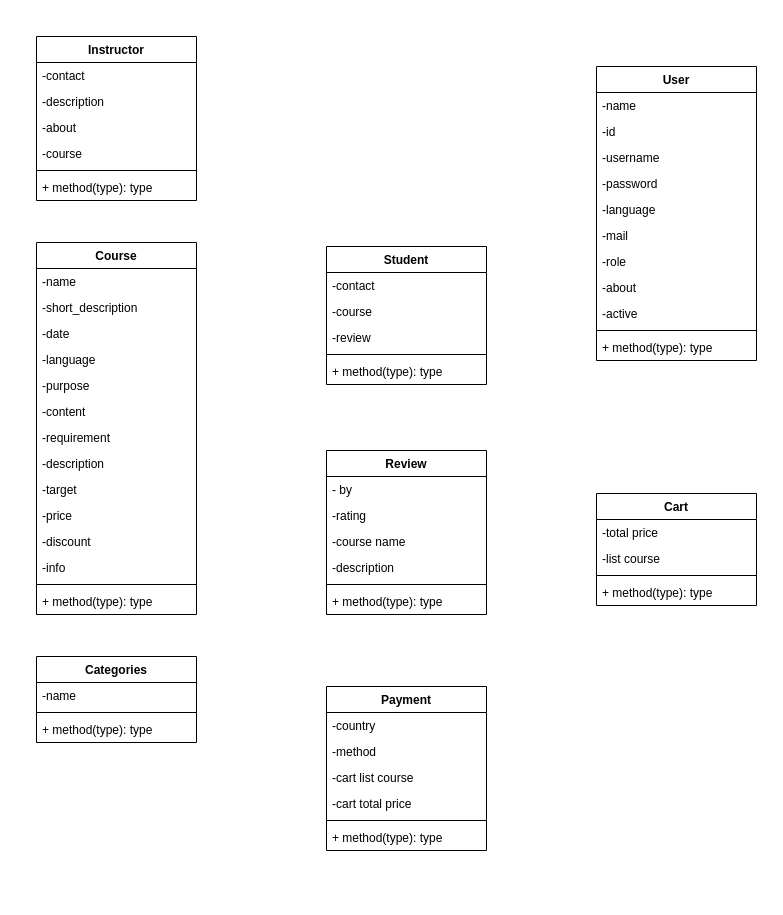
Above: class.drawio in pratanporn13promax/OOP-Class-Sequence-UseCase-Diagram (draw.io), before the change. Source tidied: cells renumbered, new cells numbered last; positions are measured from the earlier drawing's top-left corner, leaving out a move shared by most shapes. Both pictures are drawn from the tidied source at 100%, with x=0, y=0 at pixel (36, 36).
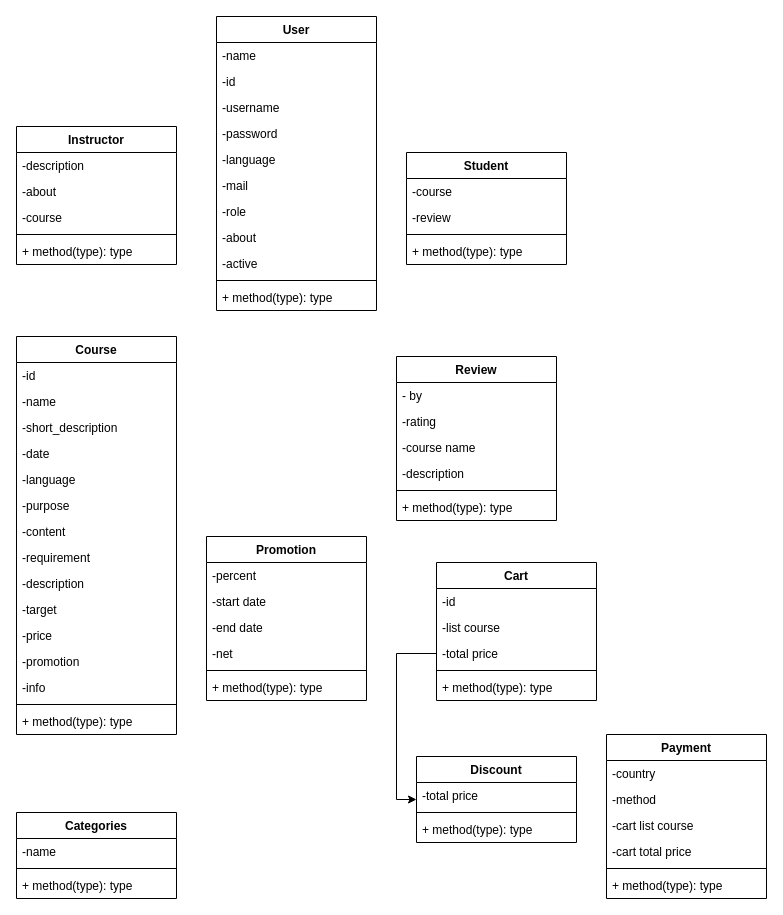
The same diagram, later.

Change to the diagram source:
```diff
@@
     <mxCell id="2" value="Course" style="swimlane;fontStyle=1;align=center;verticalAlign=top;horizontal=1;startSize=26;" parent="1" vertex="1">
-      <mxGeometry y="206" width="160" height="372" as="geometry" />
+      <mxGeometry x="-20" y="300" width="160" height="398" as="geometry" />
     </mxCell>
+    <mxCell id="65" value="-id" style="text;strokeColor=none;fillColor=none;align=left;verticalAlign=top;spacingLeft=4;spacingRight=4;overflow=hidden;" parent="2" vertex="1">
+      <mxGeometry y="26" width="160" height="26" as="geometry" />
+    </mxCell>
     <mxCell id="3" value="-name&#10;" style="text;strokeColor=none;fillColor=none;align=left;verticalAlign=top;spacingLeft=4;spacingRight=4;overflow=hidden;" parent="2" vertex="1">
-      <mxGeometry y="26" width="160" height="26" as="geometry" />
+      <mxGeometry y="52" width="160" height="26" as="geometry" />
     </mxCell>
     <mxCell id="4" value="-short_description" style="text;strokeColor=none;fillColor=none;align=left;verticalAlign=top;spacingLeft=4;spacingRight=4;overflow=hidden;" parent="2" vertex="1">
-      <mxGeometry y="52" width="160" height="26" as="geometry" />
+      <mxGeometry y="78" width="160" height="26" as="geometry" />
     </mxCell>
     <mxCell id="5" value="-date" style="text;strokeColor=none;fillColor=none;align=left;verticalAlign=top;spacingLeft=4;spacingRight=4;overflow=hidden;" parent="2" vertex="1">
-      <mxGeometry y="78" width="160" height="26" as="geometry" />
+      <mxGeometry y="104" width="160" height="26" as="geometry" />
     </mxCell>
     <mxCell id="6" value="-language" style="text;strokeColor=none;fillColor=none;align=left;verticalAlign=top;spacingLeft=4;spacingRight=4;overflow=hidden;" parent="2" vertex="1">
-      <mxGeometry y="104" width="160" height="26" as="geometry" />
+      <mxGeometry y="130" width="160" height="26" as="geometry" />
     </mxCell>
     <mxCell id="7" value="-purpose" style="text;strokeColor=none;fillColor=none;align=left;verticalAlign=top;spacingLeft=4;spacingRight=4;overflow=hidden;" parent="2" vertex="1">
-      <mxGeometry y="130" width="160" height="26" as="geometry" />
+      <mxGeometry y="156" width="160" height="26" as="geometry" />
     </mxCell>
     <mxCell id="8" value="-content" style="text;strokeColor=none;fillColor=none;align=left;verticalAlign=top;spacingLeft=4;spacingRight=4;overflow=hidden;" parent="2" vertex="1">
-      <mxGeometry y="156" width="160" height="26" as="geometry" />
+      <mxGeometry y="182" width="160" height="26" as="geometry" />
     </mxCell>
     <mxCell id="9" value="-requirement" style="text;strokeColor=none;fillColor=none;align=left;verticalAlign=top;spacingLeft=4;spacingRight=4;overflow=hidden;" parent="2" vertex="1">
-      <mxGeometry y="182" width="160" height="26" as="geometry" />
+      <mxGeometry y="208" width="160" height="26" as="geometry" />
     </mxCell>
     <mxCell id="10" value="-description" style="text;strokeColor=none;fillColor=none;align=left;verticalAlign=top;spacingLeft=4;spacingRight=4;overflow=hidden;" parent="2" vertex="1">
-      <mxGeometry y="208" width="160" height="26" as="geometry" />
+      <mxGeometry y="234" width="160" height="26" as="geometry" />
     </mxCell>
     <mxCell id="11" value="-target" style="text;strokeColor=none;fillColor=none;align=left;verticalAlign=top;spacingLeft=4;spacingRight=4;overflow=hidden;" parent="2" vertex="1">
-      <mxGeometry y="234" width="160" height="26" as="geometry" />
+      <mxGeometry y="260" width="160" height="26" as="geometry" />
     </mxCell>
     <mxCell id="12" value="-price" style="text;strokeColor=none;fillColor=none;align=left;verticalAlign=top;spacingLeft=4;spacingRight=4;overflow=hidden;" parent="2" vertex="1">
-      <mxGeometry y="260" width="160" height="26" as="geometry" />
+      <mxGeometry y="286" width="160" height="26" as="geometry" />
     </mxCell>
-    <mxCell id="13" value="-discount" style="text;strokeColor=none;fillColor=none;align=left;verticalAlign=top;spacingLeft=4;spacingRight=4;overflow=hidden;" parent="2" vertex="1">
-      <mxGeometry y="286" width="160" height="26" as="geometry" />
-    </mxCell>
+    <mxCell id="66" value="-promotion" style="text;strokeColor=none;fillColor=none;align=left;verticalAlign=top;spacingLeft=4;spacingRight=4;overflow=hidden;" parent="2" vertex="1">
+      <mxGeometry y="312" width="160" height="26" as="geometry" />
+    </mxCell>
     <mxCell id="14" value="-info" style="text;strokeColor=none;fillColor=none;align=left;verticalAlign=top;spacingLeft=4;spacingRight=4;overflow=hidden;" parent="2" vertex="1">
-      <mxGeometry y="312" width="160" height="26" as="geometry" />
+      <mxGeometry y="338" width="160" height="26" as="geometry" />
     </mxCell>
     <mxCell id="15" style="line;strokeWidth=1;fillColor=none;align=left;verticalAlign=middle;spacingTop=-1;spacingLeft=3;spacingRight=3;labelPosition=right;strokeColor=inherit;" parent="2" vertex="1">
-      <mxGeometry y="338" width="160" height="8" as="geometry" />
+      <mxGeometry y="364" width="160" height="8" as="geometry" />
     </mxCell>
     <mxCell id="16" value="+ method(type): type" style="text;strokeColor=none;fillColor=none;align=left;verticalAlign=top;spacingLeft=4;spacingRight=4;overflow=hidden;" parent="2" vertex="1">
-      <mxGeometry y="346" width="160" height="26" as="geometry" />
+      <mxGeometry y="372" width="160" height="26" as="geometry" />
     </mxCell>
     <mxCell id="17" value="Instructor" style="swimlane;fontStyle=1;align=center;verticalAlign=top;horizontal=1;startSize=26;" parent="1" vertex="1">
-      <mxGeometry width="160" height="164" as="geometry" />
+      <mxGeometry x="-20" y="90" width="160" height="138" as="geometry" />
     </mxCell>
-    <mxCell id="18" value="-contact" style="text;strokeColor=none;fillColor=none;align=left;verticalAlign=top;spacingLeft=4;spacingRight=4;overflow=hidden;" parent="17" vertex="1">
-      <mxGeometry y="26" width="160" height="26" as="geometry" />
-    </mxCell>
     <mxCell id="19" value="-description" style="text;strokeColor=none;fillColor=none;align=left;verticalAlign=top;spacingLeft=4;spacingRight=4;overflow=hidden;" parent="17" vertex="1">
-      <mxGeometry y="52" width="160" height="26" as="geometry" />
+      <mxGeometry y="26" width="160" height="26" as="geometry" />
     </mxCell>
     <mxCell id="20" value="-about" style="text;strokeColor=none;fillColor=none;align=left;verticalAlign=top;spacingLeft=4;spacingRight=4;overflow=hidden;" parent="17" vertex="1">
-      <mxGeometry y="78" width="160" height="26" as="geometry" />
+      <mxGeometry y="52" width="160" height="26" as="geometry" />
     </mxCell>
     <mxCell id="21" value="-course" style="text;strokeColor=none;fillColor=none;align=left;verticalAlign=top;spacingLeft=4;spacingRight=4;overflow=hidden;" parent="17" vertex="1">
-      <mxGeometry y="104" width="160" height="26" as="geometry" />
+      <mxGeometry y="78" width="160" height="26" as="geometry" />
     </mxCell>
     <mxCell id="22" style="line;strokeWidth=1;fillColor=none;align=left;verticalAlign=middle;spacingTop=-1;spacingLeft=3;spacingRight=3;labelPosition=right;strokeColor=inherit;" parent="17" vertex="1">
-      <mxGeometry y="130" width="160" height="8" as="geometry" />
+      <mxGeometry y="104" width="160" height="8" as="geometry" />
     </mxCell>
     <mxCell id="23" value="+ method(type): type" style="text;strokeColor=none;fillColor=none;align=left;verticalAlign=top;spacingLeft=4;spacingRight=4;overflow=hidden;" parent="17" vertex="1">
-      <mxGeometry y="138" width="160" height="26" as="geometry" />
+      <mxGeometry y="112" width="160" height="26" as="geometry" />
     </mxCell>
     <mxCell id="24" value="Student" style="swimlane;fontStyle=1;align=center;verticalAlign=top;horizontal=1;startSize=26;" parent="1" vertex="1">
-      <mxGeometry x="290" y="210" width="160" height="138" as="geometry" />
+      <mxGeometry x="370" y="116" width="160" height="112" as="geometry" />
     </mxCell>
-    <mxCell id="25" value="-contact" style="text;strokeColor=none;fillColor=none;align=left;verticalAlign=top;spacingLeft=4;spacingRight=4;overflow=hidden;" parent="24" vertex="1">
-      <mxGeometry y="26" width="160" height="26" as="geometry" />
-    </mxCell>
     <mxCell id="26" value="-course" style="text;strokeColor=none;fillColor=none;align=left;verticalAlign=top;spacingLeft=4;spacingRight=4;overflow=hidden;" parent="24" vertex="1">
-      <mxGeometry y="52" width="160" height="26" as="geometry" />
+      <mxGeometry y="26" width="160" height="26" as="geometry" />
     </mxCell>
     <mxCell id="27" value="-review" style="text;strokeColor=none;fillColor=none;align=left;verticalAlign=top;spacingLeft=4;spacingRight=4;overflow=hidden;" parent="24" vertex="1">
-      <mxGeometry y="78" width="160" height="26" as="geometry" />
+      <mxGeometry y="52" width="160" height="26" as="geometry" />
     </mxCell>
     <mxCell id="28" style="line;strokeWidth=1;fillColor=none;align=left;verticalAlign=middle;spacingTop=-1;spacingLeft=3;spacingRight=3;labelPosition=right;strokeColor=inherit;" parent="24" vertex="1">
-      <mxGeometry y="104" width="160" height="8" as="geometry" />
+      <mxGeometry y="78" width="160" height="8" as="geometry" />
     </mxCell>
     <mxCell id="29" value="+ method(type): type" style="text;strokeColor=none;fillColor=none;align=left;verticalAlign=top;spacingLeft=4;spacingRight=4;overflow=hidden;" parent="24" vertex="1">
-      <mxGeometry y="112" width="160" height="26" as="geometry" />
+      <mxGeometry y="86" width="160" height="26" as="geometry" />
     </mxCell>
     <mxCell id="30" value="User" style="swimlane;fontStyle=1;align=center;verticalAlign=top;horizontal=1;startSize=26;" parent="1" vertex="1">
-      <mxGeometry x="560" y="30" width="160" height="294" as="geometry" />
+      <mxGeometry x="180" y="-20" width="160" height="294" as="geometry" />
     </mxCell>
@@
     <mxCell id="42" value="Review" style="swimlane;fontStyle=1;align=center;verticalAlign=top;horizontal=1;startSize=26;" parent="1" vertex="1">
-      <mxGeometry x="290" y="414" width="160" height="164" as="geometry" />
+      <mxGeometry x="360" y="320" width="160" height="164" as="geometry" />
     </mxCell>
@@
     <mxCell id="49" value="Categories" style="swimlane;fontStyle=1;align=center;verticalAlign=top;horizontal=1;startSize=26;" parent="1" vertex="1">
-      <mxGeometry y="620" width="160" height="86" as="geometry" />
+      <mxGeometry x="-20" y="776" width="160" height="86" as="geometry" />
     </mxCell>
@@
     <mxCell id="53" value="Cart" style="swimlane;fontStyle=1;align=center;verticalAlign=top;horizontal=1;startSize=26;" parent="1" vertex="1">
-      <mxGeometry x="560" y="457" width="160" height="112" as="geometry" />
+      <mxGeometry x="400" y="526" width="160" height="138" as="geometry" />
     </mxCell>
+    <mxCell id="55" value="-id" style="text;strokeColor=none;fillColor=none;align=left;verticalAlign=top;spacingLeft=4;spacingRight=4;overflow=hidden;" parent="53" vertex="1">
+      <mxGeometry y="26" width="160" height="26" as="geometry" />
+    </mxCell>
+    <mxCell id="67" value="-list course" style="text;strokeColor=none;fillColor=none;align=left;verticalAlign=top;spacingLeft=4;spacingRight=4;overflow=hidden;" parent="53" vertex="1">
+      <mxGeometry y="52" width="160" height="26" as="geometry" />
+    </mxCell>
     <mxCell id="54" value="-total price" style="text;strokeColor=none;fillColor=none;align=left;verticalAlign=top;spacingLeft=4;spacingRight=4;overflow=hidden;points=[[0,0.5],[1,0.5]];portConstraint=eastwest;" parent="53" vertex="1">
-      <mxGeometry y="26" width="160" height="26" as="geometry" />
+      <mxGeometry y="78" width="160" height="26" as="geometry" />
     </mxCell>
-    <mxCell id="55" value="-list course" style="text;strokeColor=none;fillColor=none;align=left;verticalAlign=top;spacingLeft=4;spacingRight=4;overflow=hidden;" parent="53" vertex="1">
-      <mxGeometry y="52" width="160" height="26" as="geometry" />
-    </mxCell>
     <mxCell id="56" style="line;strokeWidth=1;fillColor=none;align=left;verticalAlign=middle;spacingTop=-1;spacingLeft=3;spacingRight=3;labelPosition=right;strokeColor=inherit;" parent="53" vertex="1">
-      <mxGeometry y="78" width="160" height="8" as="geometry" />
+      <mxGeometry y="104" width="160" height="8" as="geometry" />
     </mxCell>
     <mxCell id="57" value="+ method(type): type" style="text;strokeColor=none;fillColor=none;align=left;verticalAlign=top;spacingLeft=4;spacingRight=4;overflow=hidden;" parent="53" vertex="1">
-      <mxGeometry y="86" width="160" height="26" as="geometry" />
+      <mxGeometry y="112" width="160" height="26" as="geometry" />
     </mxCell>
     <mxCell id="58" value="Payment" style="swimlane;fontStyle=1;align=center;verticalAlign=top;horizontal=1;startSize=26;" parent="1" vertex="1">
-      <mxGeometry x="290" y="650" width="160" height="164" as="geometry" />
+      <mxGeometry x="570" y="698" width="160" height="164" as="geometry" />
     </mxCell>
@@
+    <mxCell id="68" value="Promotion" style="swimlane;fontStyle=1;align=center;verticalAlign=top;horizontal=1;startSize=26;" parent="1" vertex="1">
+      <mxGeometry x="170" y="500" width="160" height="164" as="geometry" />
+    </mxCell>
+    <mxCell id="69" value="-percent" style="text;strokeColor=none;fillColor=none;align=left;verticalAlign=top;spacingLeft=4;spacingRight=4;overflow=hidden;" parent="68" vertex="1">
+      <mxGeometry y="26" width="160" height="26" as="geometry" />
+    </mxCell>
+    <mxCell id="70" value="-start date" style="text;strokeColor=none;fillColor=none;align=left;verticalAlign=top;spacingLeft=4;spacingRight=4;overflow=hidden;" parent="68" vertex="1">
+      <mxGeometry y="52" width="160" height="26" as="geometry" />
+    </mxCell>
+    <mxCell id="71" value="-end date" style="text;strokeColor=none;fillColor=none;align=left;verticalAlign=top;spacingLeft=4;spacingRight=4;overflow=hidden;" parent="68" vertex="1">
+      <mxGeometry y="78" width="160" height="26" as="geometry" />
+    </mxCell>
+    <mxCell id="72" value="-net" style="text;strokeColor=none;fillColor=none;align=left;verticalAlign=top;spacingLeft=4;spacingRight=4;overflow=hidden;" parent="68" vertex="1">
+      <mxGeometry y="104" width="160" height="26" as="geometry" />
+    </mxCell>
+    <mxCell id="73" style="line;strokeWidth=1;fillColor=none;align=left;verticalAlign=middle;spacingTop=-1;spacingLeft=3;spacingRight=3;labelPosition=right;strokeColor=inherit;" parent="68" vertex="1">
+      <mxGeometry y="130" width="160" height="8" as="geometry" />
+    </mxCell>
+    <mxCell id="74" value="+ method(type): type" style="text;strokeColor=none;fillColor=none;align=left;verticalAlign=top;spacingLeft=4;spacingRight=4;overflow=hidden;" parent="68" vertex="1">
+      <mxGeometry y="138" width="160" height="26" as="geometry" />
+    </mxCell>
+    <mxCell id="75" value="Discount" style="swimlane;fontStyle=1;align=center;verticalAlign=top;horizontal=1;startSize=26;" parent="1" vertex="1">
+      <mxGeometry x="380" y="720" width="160" height="86" as="geometry" />
+    </mxCell>
+    <mxCell id="76" value="-total price" style="text;strokeColor=none;fillColor=none;align=left;verticalAlign=top;spacingLeft=4;spacingRight=4;overflow=hidden;" parent="75" vertex="1">
+      <mxGeometry y="26" width="160" height="26" as="geometry" />
+    </mxCell>
+    <mxCell id="77" style="line;strokeWidth=1;fillColor=none;align=left;verticalAlign=middle;spacingTop=-1;spacingLeft=3;spacingRight=3;labelPosition=right;strokeColor=inherit;" parent="75" vertex="1">
+      <mxGeometry y="52" width="160" height="8" as="geometry" />
+    </mxCell>
+    <mxCell id="78" value="+ method(type): type" style="text;strokeColor=none;fillColor=none;align=left;verticalAlign=top;spacingLeft=4;spacingRight=4;overflow=hidden;" parent="75" vertex="1">
+      <mxGeometry y="60" width="160" height="26" as="geometry" />
+    </mxCell>
+    <mxCell id="79" style="edgeStyle=orthogonalEdgeStyle;rounded=0;jettySize=auto;html=1;entryX=0;entryY=0.5;entryDx=0;entryDy=0;" parent="1" edge="1" source="54" target="75">
+      <mxGeometry relative="1" as="geometry" />
+    </mxCell>
```
